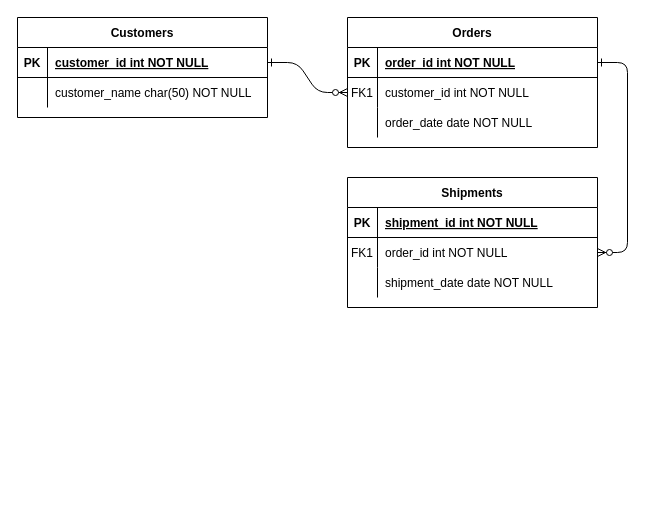
Above: 01.drawio in project-monkey/gitgit-test (draw.io), before the change. Source tidied: cells renumbered, new cells numbered last; positions are measured from the earlier drawing's top-left corner, leaving out a move shared by most shapes. Both pictures are drawn from the tidied source at 100%, with x=0, y=0 at pixel (17, 17).
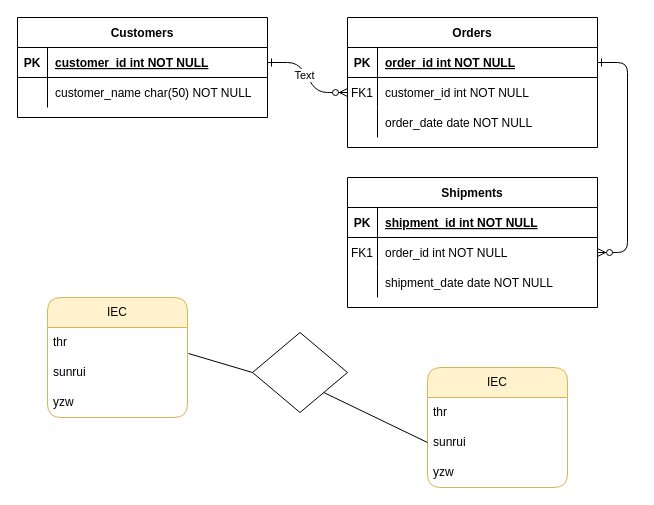
After the change.

Commit message:
第一次使用.drawio

The change refers to these unchanged cells:
```xml
<mxCell id="2" style="edgeStyle=entityRelationEdgeStyle;endArrow=ERzeroToMany;startArrow=ERone;endFill=1;startFill=0;" parent="1" edge="1" source="25" target="8">
  <mxGeometry relative="1" as="geometry" />
</mxCell>
```

The edit, as a diff of the source:
```diff
@@
+    <mxCell id="31" value="Text" style="edgeLabel;html=1;align=center;verticalAlign=middle;" parent="2" vertex="1">
+      <mxGeometry x="-0.08" y="-2" relative="1" as="geometry" />
+    </mxCell>
@@
+    <mxCell id="32" value="IEC" style="swimlane;fontStyle=0;horizontal=1;startSize=30;whiteSpace=wrap;html=1;fillColor=#fff2cc;strokeColor=#d6b656;rounded=1;" parent="1" vertex="1">
+      <mxGeometry x="30" y="280" width="140" height="120" as="geometry" />
+    </mxCell>
+    <mxCell id="33" value="thr" style="text;strokeColor=none;fillColor=none;align=left;verticalAlign=middle;spacingLeft=4;spacingRight=4;overflow=hidden;whiteSpace=wrap;html=1;" parent="32" vertex="1">
+      <mxGeometry y="30" width="140" height="30" as="geometry" />
+    </mxCell>
+    <mxCell id="34" value="sunrui" style="text;strokeColor=none;fillColor=none;align=left;verticalAlign=middle;spacingLeft=4;spacingRight=4;overflow=hidden;points=[[0,0.5],[1,0.5]];portConstraint=eastwest;whiteSpace=wrap;html=1;" parent="32" vertex="1">
+      <mxGeometry y="60" width="140" height="30" as="geometry" />
+    </mxCell>
+    <mxCell id="35" value="yzw" style="text;strokeColor=none;fillColor=none;align=left;verticalAlign=middle;spacingLeft=4;spacingRight=4;overflow=hidden;whiteSpace=wrap;html=1;" parent="32" vertex="1">
+      <mxGeometry y="90" width="140" height="30" as="geometry" />
+    </mxCell>
+    <mxCell id="36" value="IEC" style="swimlane;fontStyle=0;horizontal=1;startSize=30;whiteSpace=wrap;html=1;fillColor=#fff2cc;strokeColor=#d6b656;rounded=1;" parent="1" vertex="1">
+      <mxGeometry x="410" y="350" width="140" height="120" as="geometry" />
+    </mxCell>
+    <mxCell id="37" value="thr" style="text;strokeColor=none;fillColor=none;align=left;verticalAlign=middle;spacingLeft=4;spacingRight=4;overflow=hidden;whiteSpace=wrap;html=1;" parent="36" vertex="1">
+      <mxGeometry y="30" width="140" height="30" as="geometry" />
+    </mxCell>
+    <mxCell id="38" value="sunrui" style="text;strokeColor=none;fillColor=none;align=left;verticalAlign=middle;spacingLeft=4;spacingRight=4;overflow=hidden;points=[[0,0.5],[1,0.5]];portConstraint=eastwest;whiteSpace=wrap;html=1;" parent="36" vertex="1">
+      <mxGeometry y="60" width="140" height="30" as="geometry" />
+    </mxCell>
+    <mxCell id="39" value="yzw" style="text;strokeColor=none;fillColor=none;align=left;verticalAlign=middle;spacingLeft=4;spacingRight=4;overflow=hidden;whiteSpace=wrap;html=1;" parent="36" vertex="1">
+      <mxGeometry y="90" width="140" height="30" as="geometry" />
+    </mxCell>
+    <mxCell id="40" style="endArrow=none;html=1;rounded=0;exitX=1.007;exitY=-0.133;exitDx=0;exitDy=0;exitPerimeter=0;entryX=0;entryY=0.5;entryDx=0;entryDy=0;" parent="1" edge="1" source="34" target="41">
+      <mxGeometry relative="1" as="geometry" />
+    </mxCell>
+    <mxCell id="41" style="rhombus;whiteSpace=wrap;html=1;rounded=0;" parent="1" vertex="1">
+      <mxGeometry x="235" y="315" width="95" height="80" as="geometry" />
+    </mxCell>
+    <mxCell id="42" style="endArrow=none;html=1;rounded=0;entryX=0;entryY=0.5;entryDx=0;entryDy=0;exitX=1;exitY=1;exitDx=0;exitDy=0;" parent="1" edge="1" source="41" target="38">
+      <mxGeometry relative="1" as="geometry" />
+    </mxCell>
```
